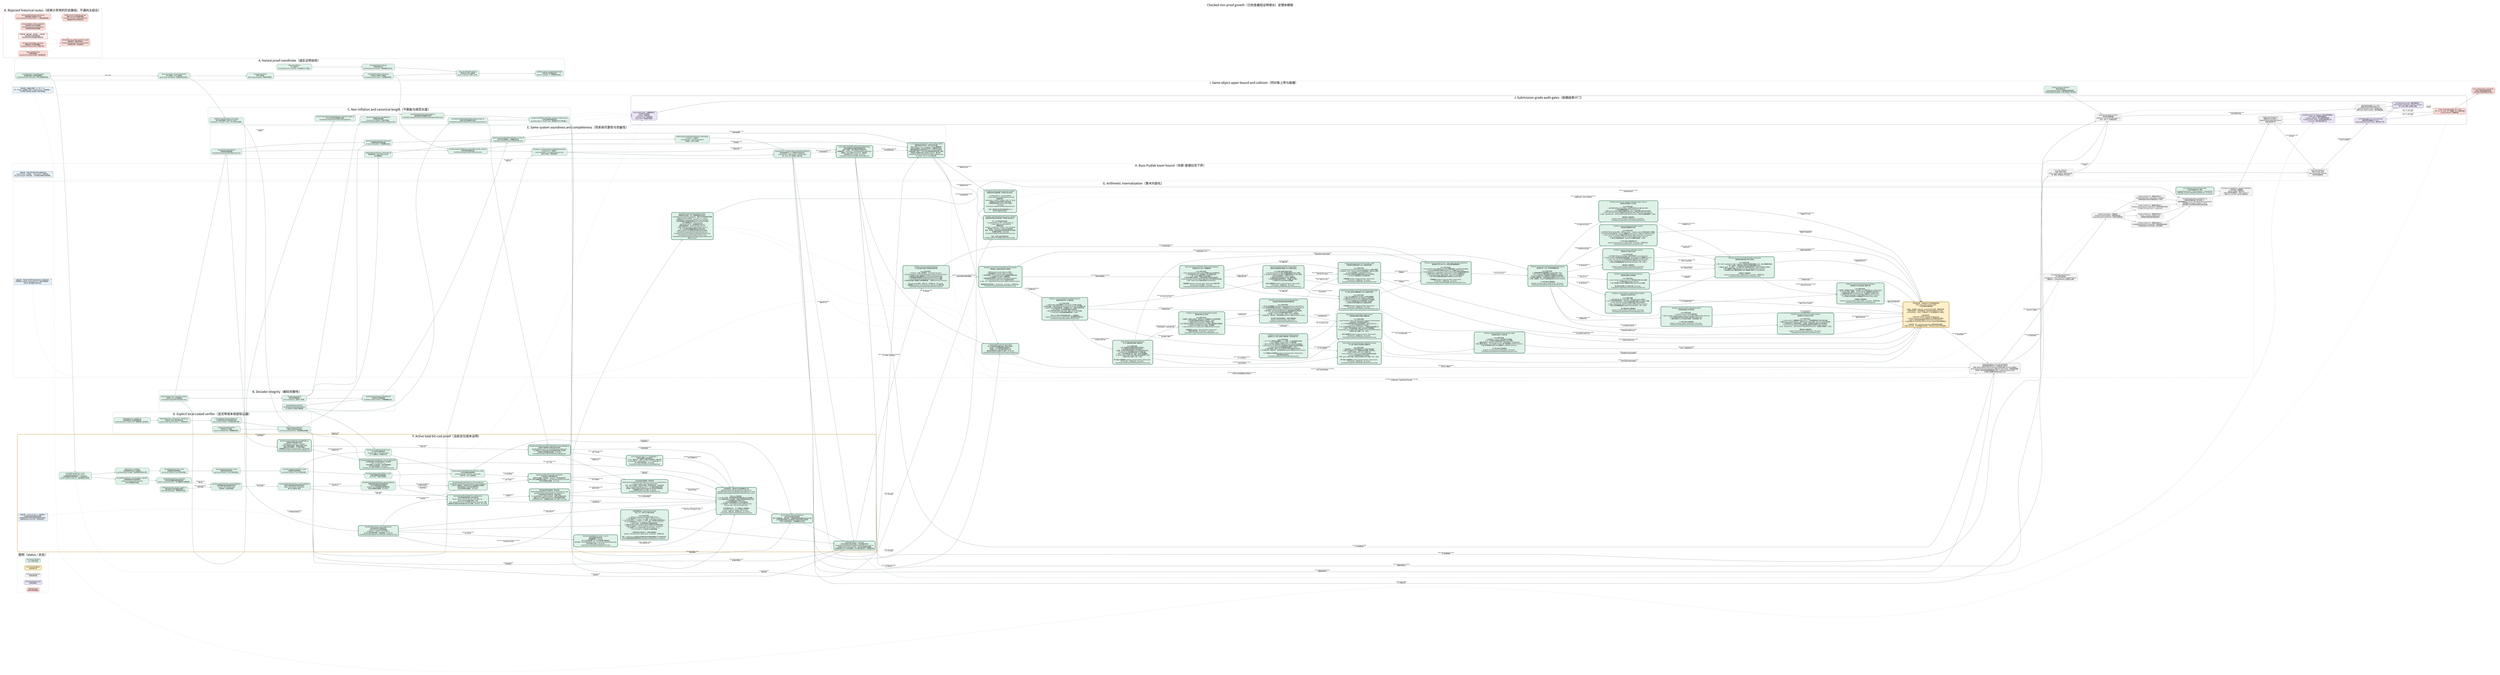
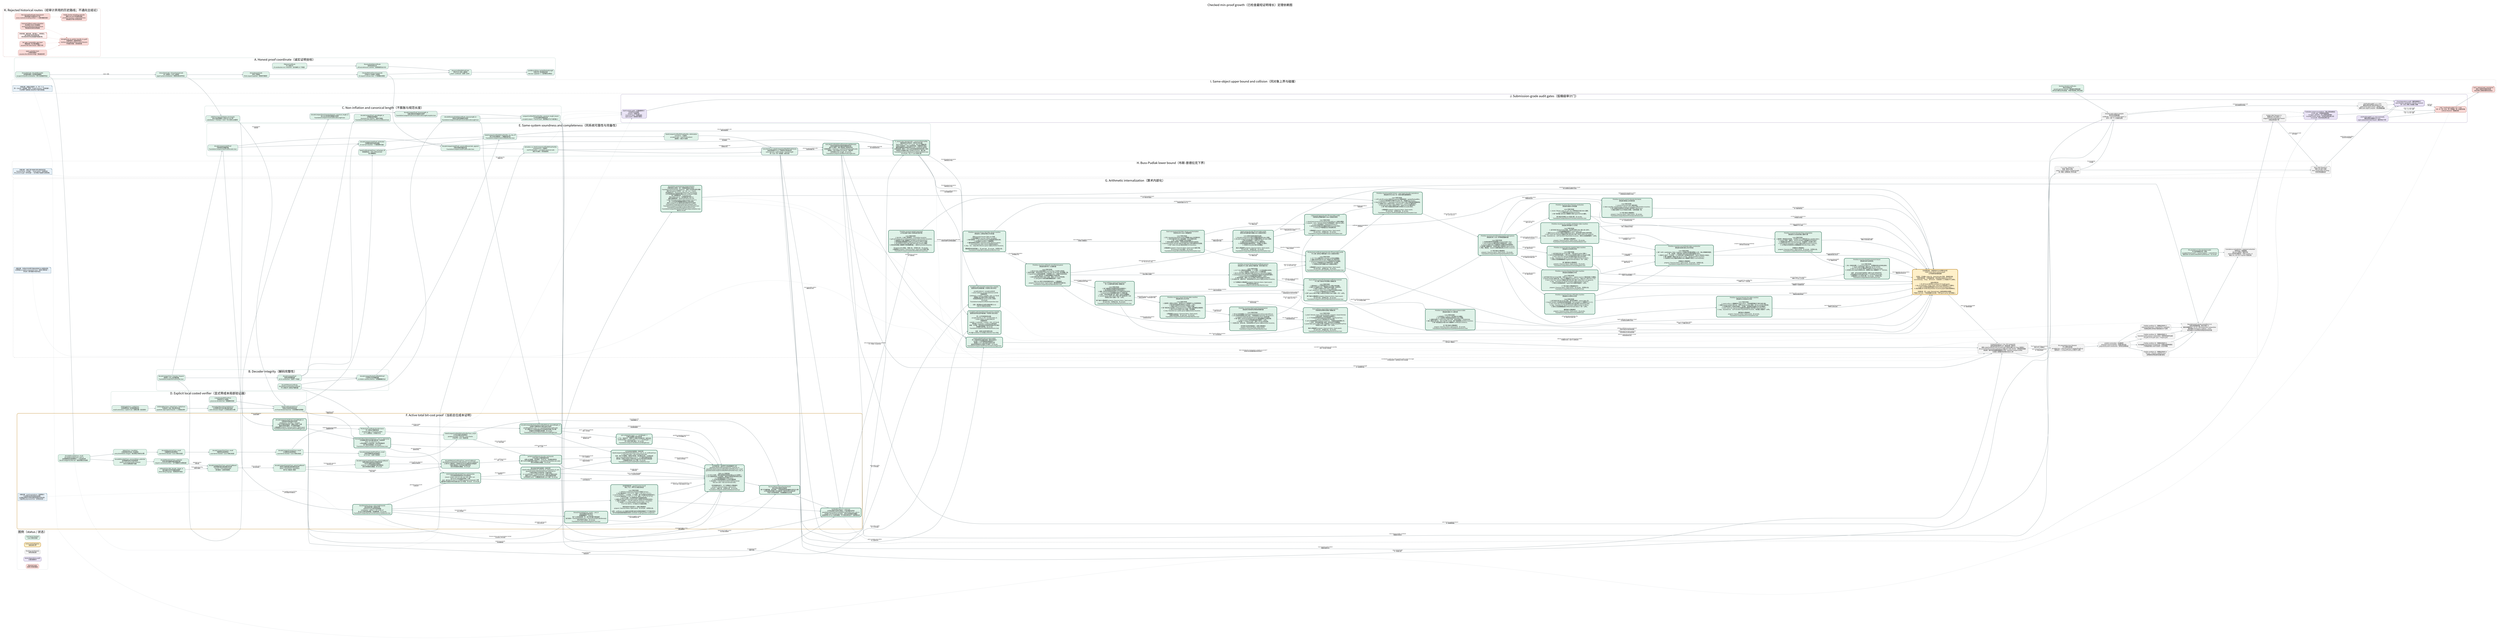
digraph CheckedMinProofDependencies {
  graph [
    rankdir=LR,
    bgcolor="white",
    compound=true,
    newrank=true,
    pad="0.35",
    nodesep="0.30",
    ranksep="0.62",
    fontname="Noto Sans CJK SC",
    fontsize=24,
    label="Checked min-proof growth（已检查最短证明增长）定理依赖图",
    labelloc="t",
    labeljust="c"
  ];
  node [
    shape=box,
    style="rounded,filled",
    fontname="Noto Sans CJK SC",
    fontsize=10.5,
    color="#526d75",
    fillcolor="#eef3f4",
    margin="0.14,0.09",
    penwidth=1.2
  ];
  edge [
    fontname="Noto Sans CJK SC",
    fontsize=8.5,
    color="#65777d",
    arrowsize=0.68,
    penwidth=1.05
  ];

  subgraph cluster_legend {
    label="图例（status / 状态）";
    color="#c8d1d4";
    style="rounded";
    done [label="Lean kernel checked\nLean 内核已检查", fillcolor="#dff2e8", color="#3f7c66"];
    active [label="Active proof obligation\n当前证明义务", fillcolor="#fff0c9", color="#b37a12", penwidth=2.2];
    pending [label="Pending root theorem\n待闭合根定理", fillcolor="#f3f3f3", color="#777777", style="rounded,filled,dashed"];
    audit [label="Axiom/dependency audit\n公理/依赖审计", fillcolor="#e9e3f5", color="#76639a"];
    rejected [label="Rejected route\n经审计弃用的路线", fillcolor="#f8d9d6", color="#a8443d", style="rounded,filled,dashed"];
  }

  subgraph cluster_coordinate {
    label="A. Honest proof coordinate（诚实证明坐标）";
    color="#8fb7aa";
    style="rounded";

    natcode [label="binaryNatCode / decodeBinaryNat\n自然数前缀码 / 自然数前缀解码\nescaped-bit prefix serialization（转义位前缀序列化）", fillcolor="#dff2e8"];
    syntaxcode [label="binaryTermCode + binaryFormulaCode\n项二进制码 + 公式二进制码\ntyped syntax serialization（类型化语法序列化）", fillcolor="#dff2e8"];
    sequentcode [label="binarySequentCode\n序列二进制码\nfinite sequent payload（有限序列载荷）", fillcolor="#dff2e8"];
    prooftree [label="CheckedPAProofTree.binaryCode\n已检查 PA 证明树二进制码\n10 sequent-calculus rules（十条相继式规则）", fillcolor="#dff2e8"];
    axiomcert [label="PAAxiomCertificate\nPA 公理证书\n23 constructors incl. induction（含归纳的 23 个构造）", fillcolor="#dff2e8"];
    structcert [label="StructuralValidityCertificate\n结构有效性证书\nall local witnesses counted（全部局部见证计长）", fillcolor="#dff2e8"];
    certifiedcode [label="binaryCertifiedPAProofCode\n带证书 PA 证明二进制码\nproof + certificate（证明 + 证书）", fillcolor="#dff2e8"];
    packedcode [label="packBinaryString / packedPayloadLength\n位串打包 / 有效载荷长度\nNat.size = payload + 1（自然数位长等式）", fillcolor="#dff2e8"];

    natcode -> syntaxcode [label="labels / 标签"];
    syntaxcode -> sequentcode;
    sequentcode -> prooftree;
    axiomcert -> structcert;
    prooftree -> certifiedcode;
    structcert -> certifiedcode;
    certifiedcode -> packedcode;
  }

  subgraph cluster_decoder {
    label="B. Decoder integrity（解码完整性）";
    color="#8fb7aa";
    style="rounded";

    typeddecoder [label="decodeCompactTerm / Formula / Sequent\n紧凑项 / 公式 / 序列解码器\nFoundationCompactPAProofVerifier.lean", fillcolor="#dff2e8"];
    proofdecoder [label="decodeCompactProof\n紧凑证明树解码器\nall 10 constructors（全部十个构造）", fillcolor="#dff2e8"];
    certdecoder [label="decodePAAxiomCertificate\ndecodeStructuralValidityCertificate\nPA 公理证书 / 结构证书解码器", fillcolor="#dff2e8"];
    packeddecoder [label="decodeCompactPackedCertifiedPAProof\n打包带证书证明解码器\nno hidden auxiliary witness（无隐藏辅助见证）", fillcolor="#dff2e8"];

    typeddecoder -> proofdecoder;
    certdecoder -> packeddecoder;
    proofdecoder -> packeddecoder;
  }

  subgraph cluster_size {
    label="C. Non-inflation and canonical length（不膨胀与规范长度）";
    color="#8fb7aa";
    style="rounded";

    structural [label="decodeCompactProof_parseWeight_le\n证明解码结构量界\nstructural non-inflation（结构不膨胀）\nFoundationCompactProofDecoderStructuralBound.lean", fillcolor="#dff2e8"];
    syntaxcanonical [label="decodeCompactTerm/Formula/Sequent_canonical_length_le\n项/公式/序列规范重编码长度界\nFoundationCompactCanonicalDecodeLength.lean", fillcolor="#dff2e8"];
    proofcanonical [label="decodeCompactProof_binaryLength_le\n完整证明树规范重编码长度界\nFoundationCompactProofCanonicalDecodeLengthComplete.lean", fillcolor="#dff2e8"];
    certcanonical [label="decodeStructuralValidityCertificate_binaryLength_le\n结构证书规范重编码长度界\nFoundationCompactCertificateCanonicalDecodeLength.lean", fillcolor="#dff2e8"];
    totalcanonical [label="compactCertifiedPAProofVerifier_canonical_length_bound\n公开验证器规范载荷总界\naccepted output <= honest input（接受输出不长于诚实输入）", fillcolor="#dff2e8"];
    transformsize [label="shift/free/neg/substitution size bounds\n移位/自由变量嵌入/否定/代入大小界\nsubstitution <= formula × term（代入至多公式乘项）", fillcolor="#dff2e8"];

    typeddecoder -> syntaxcanonical;
    proofdecoder -> structural;
    syntaxcanonical -> proofcanonical;
    certdecoder -> certcanonical;
    proofcanonical -> totalcanonical;
    certcanonical -> totalcanonical;
    syntaxcode -> transformsize;
  }

  subgraph cluster_explicit_local {
    label="D. Explicit local costed verifier（显式带成本局部验证器）";
    color="#8fb7aa";
    style="rounded";

    biteq [label="bitStringEqTrace / natEqTrace\n位串相等轨迹 / 自然数相等轨迹\nresult correctness + explicit cost（结果正确 + 显式成本）", fillcolor="#dff2e8"];
    bitset [label="bitStringMemTrace / SubsetTrace / SetEqTrace\n位串成员 / 包含 / 集合等价轨迹\nquadratic-style explicit bounds（二次型显式界）", fillcolor="#dff2e8"];
    formulalist [label="formulaEq/Mem/Subset/SetEqTrace\n公式相等/成员/包含/集合等价轨迹\ncode emission charged（公式码生成已计费）", fillcolor="#dff2e8"];
    listedtree [label="ListedCheckedPAProofTree\n列表序列 PA 证明树\npreserves decoded lists（保留解码列表）", fillcolor="#dff2e8"];
    listedcert [label="listedCertificateValidTrace\n列表证书有效性成本轨迹\nno Finset decide black box（无有限集判定黑箱）", fillcolor="#dff2e8"];

    biteq -> bitset;
    bitset -> formulalist;
    listedtree -> listedcert;
    formulalist -> listedcert;
    transformsize -> listedcert [label="local transforms\n局部变换"];
  }

  subgraph cluster_same_system {
    label="E. Same-system soundness and completeness（同系统可靠性与完备性）";
    color="#8fb7aa";
    style="rounded";

    listdecoder [label="decodeCompactListedProof\n列表保持证明解码器\nFoundationCompactListedProofDecoder.lean", fillcolor="#dff2e8"];
    projection [label="decodeCompactListedProof_toChecked\n列表解码投影到原检查器\n10-rule fuel induction（十规则燃料归纳）", fillcolor="#dff2e8"];
    localiff [label="listedCertificateValidTrace_toChecked_iff\n新局部轨迹 <-> 原 certificateValid\n语义精确等价", fillcolor="#dff2e8"];
    publiciff [label="listedCompactCertifiedPAProofVerifier_eq_true_iff\n新公开验证器接受 <-> 精确检查关系\nFoundationCompactListedCertifiedVerifier.lean", fillcolor="#dff2e8"];
    soundness [label="listedCompactCertifiedPAProofVerifier_toDerivation\nsoundness（可靠性）\naccepted code -> real PA Derivation2\n接受码 -> 真实 PA 推导", fillcolor="#dff2e8"];
    listencoder [label="decodeCompactListedProof_canonicalBinaryCode_append\n列表证明规范编码往返\nFoundationCompactListedProofEncoder.lean", fillcolor="#dff2e8"];
    completeness [label="derivation_to_listedCompactCertifiedPAProofVerifier\ncompleteness（完备性）\nreal PA derivation -> accepted canonical code\n真实 PA 推导 -> 规范接受码", fillcolor="#dff2e8"];
    predicate [label="Concrete P(x,y) / ListedCompactCertifiedPAProofChecks\n具体证明谓词 P(x,y) / 列表带证书检查关系\nsame formula + same checker + honest length\n同一公式 + 同一检查器 + 诚实长度", fillcolor="#dff2e8", penwidth=2.0];
    minmeasure [
      label="minListedCertifiedPAProofPayloadLength(formula)\n具体检查器诱导的最短完整载荷长度\n真实 PA 推导 -> 最小值由某个接受码实现\n任意接受码 -> minimum <= packedPayloadLength(code)\n接受码 -> 同公式真实 Derivation2（推导树）\n无项目级 proof_length；无 sorryAx\nFoundationCompactListedMinProofLength.lean",
      fillcolor="#dff2e8", color="#2f6f57", penwidth=2.8
    ];
    canonicalnormalize [
      label="P_canon(code, formulaCode) + canonical Bool verifier\n纯数值规范证明关系 + 规范布尔验证器\nBool verifier = true <-> P_canon，由 Lean 精确证明\n任意公开接受码 -> 同公式码规范码，完整载荷不增长\n最短完整载荷必由真实规范 proof + certificate 码实现\n全体码有限一致性 <-> 同 cutoff 的纯数值规范码有限一致性\n非规范/冗余编码不能人为压低 minimum（最小值）\nFoundationCompactListedCanonicalNormalization.lean\n无 sorryAx；仅三个 Lean 标准公理",
      fillcolor="#dff2e8", color="#2f6f57", penwidth=2.8
    ];

    typeddecoder -> listdecoder;
    listdecoder -> projection;
    proofdecoder -> projection;
    listedcert -> localiff;
    projection -> publiciff;
    localiff -> publiciff;
    packeddecoder -> publiciff;
    publiciff -> soundness;
    prooftree -> listencoder;
    listdecoder -> listencoder;
    listencoder -> completeness;
    listedcert -> completeness;
    soundness -> predicate;
    completeness -> predicate;
    predicate -> minmeasure [label="minimum over accepted codes\n对接受码取最小值"];
    completeness -> minmeasure [label="nonempty accepted set\n接受集合非空"];
    publiciff -> canonicalnormalize [label="decode every accepted code\n解码任意接受码"];
    listencoder -> canonicalnormalize [label="canonical re-encoding\n规范重编码"];
    totalcanonical -> canonicalnormalize [label="no payload growth\n载荷不增长"];
    minmeasure -> canonicalnormalize [label="minimum realized canonically\n最小值由规范码实现"];
  }

  subgraph cluster_cost_active {
    label="F. Active total bit-cost proof（当前总位成本证明）";
    color="#c18a27";
    style="rounded,bold";

    nattrace [label="decodeBinaryNatTrace_result\ndecodeBinaryNatTrace_cost_le\n自然数解码轨迹结果等价 + 二次位成本界\nNat.bit charged by Nat.size（按自然数位长收费）", fillcolor="#dff2e8", color="#3f7c66"];
    tracebind [label="OptionTrace + traceBind\n可选结果成本轨迹 + 轨迹绑定\nevery bind/failure charged（每次绑定/失败均计费）", fillcolor="#dff2e8", color="#3f7c66"];
    vectortrace [label="decodeManyVectorTrace_result\n向量解码轨迹结果等价\nLean kernel checked（Lean 内核已检查）", fillcolor="#dff2e8", color="#3f7c66"];
    termtrace [label="decodeCompactTermTrace_result\n项解码轨迹结果等价\nLean kernel checked（Lean 内核已检查）", fillcolor="#dff2e8", color="#3f7c66"];
    formulatrace [label="decodeCompactFormulaTrace_result\n公式解码轨迹结果等价\nLean kernel checked（Lean 内核已检查）", fillcolor="#dff2e8", color="#3f7c66"];
    prooftrace [label="decodeCompactListedProofTrace_result\n列表证明解码轨迹结果等价\nall 10 rules（全部十条规则）", fillcolor="#dff2e8", color="#3f7c66"];
    certtrace [label="PA/structural certificate decoder traces\nPA / 结构证书解码轨迹\n23 axiom tags + 4 recursive nodes\n23 个公理标签 + 4 种递归节点", fillcolor="#dff2e8", color="#3f7c66"];
    publictrace [label="listedCompactCertifiedPAProofVerifierTrace_result\n公开验证器轨迹结果等价\npacked envelope + formula + local checks\n打包外壳 + 公式 + 局部检查", fillcolor="#dff2e8", color="#3f7c66"];
    natpotential [label="decodeBinaryNatTrace_success/failure_potential\n自然数解码成功/失败势能界\nquartic consumed-prefix invariant\n四次已消费前缀不变量", fillcolor="#dff2e8", color="#3f7c66"];
    vectorpotential [label="decodeManyVectorTrace_potential\n任意长度向量解码摊还势能定理\ndisjoint consumed prefixes（互不重叠的已消费前缀）", fillcolor="#dff2e8", color="#3f7c66"];
    symbolcharge [label="arithmeticFunc/Rel_decode_charge_le\n算术函数/关系符号解码收费界\nfinite ORing language（有限有序环语言）", fillcolor="#dff2e8", color="#3f7c66"];
    termpotential [label="decodeCompactTermTrace_parserCostBound\n紧凑项解码器全路径摊还成本界\nsuccess + every failure path\n成功路径 + 全部失败路径", fillcolor="#dff2e8", color="#3f7c66"];
    formulapotential [label="decodeCompactFormulaTrace_parserCostBound\n紧凑公式解码器全路径摊还成本界\natoms / connectives / quantifiers\n原子式 / 联结词 / 量词", fillcolor="#dff2e8", color="#3f7c66"];
    proofpotential [
      label="decodeCompactListedProofTrace_parserCostBound\n列表证明树全路径四次势能成本界\n十条 PA 相继式规则全部通过\nand/cut 二叉子证明势能已望远镜相消\n成功/失败路径全覆盖；无 sorryAx",
      fillcolor="#dff2e8", color="#3f7c66"
    ];
    certpotential [
      label="decodePAAxiomCertificateTrace_parserCostBound\ndecodeStructuralValidityCertificateTrace_parserCostBound\n23 种 PA 公理标签 + 4 种递归证书节点全路径四次势能界\n归纳公理体和二元证书树已摊还闭合\n成功/失败路径全覆盖；无 sorryAx",
      fillcolor="#dff2e8", color="#3f7c66", penwidth=2.2
    ];
    packedcost [
      label="packed proof/formula decoder cost bounds\n打包证明/公式解码器成本界\n证明+证书串联、末位哨兵、dropLast、空后缀全部闭合\n两个公开打包解码器均不超过 2 × decoderPotential(Nat.size code)\n成功/失败路径全覆盖；无 sorryAx",
      fillcolor="#dff2e8", color="#2f6f57", penwidth=2.8
    ];
    transformcode [
      label="transformation binary-code length bounds\n语法变换完整二进制码长界\nshift/free/neg 均至多线性膨胀\nsubstitution：|phi[t]| <= 3(F+1)(W+1)F\n含 qpow 量词深度预算；无隐藏参数；无 sorryAx\nFoundationCompactSyntaxTransformationCodeBounds.lean",
      fillcolor="#dff2e8", color="#2f6f57", penwidth=2.8
    ];
    negtrace [
      label="binaryFormulaNegTrace_result / _cost_le\n否定变换真实递归轨迹\n结果精确等于 ∼formula\n每个公式构造收费一步；原子项向量不重复遍历\n执行成本 <= formulaSymbolCount <= |binaryFormulaCode(formula)|\n单文件探针已通过；无 sorryAx\nFoundationCompactSyntaxNegationTrace.lean",
      fillcolor="#dff2e8", color="#2f6f57", penwidth=2.8
    ];
    axmjoint [
      label="axm comparator input <= 2 * jointWeight + 1\n公理比较器输入联合坐标界\n上下文、候选句子、完整 PA 公理证书均落在同一诚实位权\ncertificateBits + sentenceBits + 1 <= 2 * jointWeight + 1\n四个坐标引理已通过；无 sorryAx\nFoundationCompactListedAxiomJointWeight.lean",
      fillcolor="#dff2e8", color="#2f6f57", penwidth=2.8
    ];
    honestproof [
      label="decodeCompactListedProof_honestWeight_le\n列表保持证明树诚实位权界\nweight(tree) + 8|suffix| <= 8|input|\n十条 PA 规则全部闭合；重复公式逐个计费\n覆盖任意成功解码，不只是规范编码\n公理画像仅 propext / Classical.choice / Quot.sound\nFoundationCompactListedProofHonestWeight.lean",
      fillcolor="#dff2e8", color="#2f6f57", penwidth=2.8
    ];
    honestcert [
      label="decodeCompactPackedListedCertifiedPAProof_honestWeight_le\n证明树+完整结构证书联合诚实位权界\njointWeight(tree,cert) <= 8 * packedPayloadLength(code)\nPA 公理证书 23 标签及递归证书全部由实际输入位计费\n无辅助见证和隐藏长度参数；无 sorryAx\nFoundationCompactListedCertifiedHonestWeight.lean",
      fillcolor="#dff2e8", color="#2f6f57", penwidth=2.8
    ];
    localprimitives [
      label="formulaEq/Mem/Subset/SetEqTrace_cost_le_polynomial\n公式相等/成员/包含/集合等价统一位成本界\nP(w) = 4 + 2(w+3)^2 + w\nw 是全部输入公式码位权，包含列表重复项\n四个端点全部通过；无 sorryAx\nFoundationCompactListedLocalCostPrimitives.lean",
      fillcolor="#dff2e8", color="#2f6f57", penwidth=2.8
    ];
    localbranches9 [
      label="10/10 listedCertificateValidTrace cost branches\n十条证明规则局部成本分支全部闭合\nclosed / verum / and / or / all / exs / wk / shift / cut：\n由 P(G(w)) 及生成语法界统一计费\naxm：由 A(w)=K*(2w+1)^12 的真实 guarded comparator 计费\n最终每节点固定多项式包络已由 Lean 检查；无 haxm、无 sorryAx",
      fillcolor="#dff2e8", color="#2f6f57", penwidth=2.8
    ];
    localinduction [
      label="联合坐标内部归纳骨架 + 具体实例\nlistedCertificateValidTrace_jointCost_le_polynomial_of_axm\nguardedListedCertificateValidTrace_jointCost_le\n十规则证明树/证书同步统一归纳已通过\nb = proofWeight + certificateWeight（证明+证书联合位权）\n抽象 haxm 已由真实 guarded axm 成本定理具体消除\n公开实例无 haxm；公理画像仅标准 Lean 公理；无 sorryAx",
      fillcolor="#dff2e8", color="#2f6f57", penwidth=2.8
    ];
    publicskeleton [
      label="公开总成本内部骨架 + 具体实例\nlistedCompactCertifiedPAProofVerifierTrace_cost_le_of_certificateTrace\ns = Nat.size(code) + Nat.size(formulaCode)\n合并：两个打包解码、局部证书检查、结论集合比较、公式码比较\nQ(s)=4*decoderPotential(s)+L(s)+1，L(s) 是显式固定多项式\n原先唯一内部证书成本义务现已由 guarded 联合成本定理消除\n公理画像仅标准 Lean 公理；无 sorryAx\nFoundationCompactListedPublicCostSkeleton.lean",
      fillcolor="#dff2e8", color="#2f6f57", penwidth=2.8
    ];
    publiccost [
      label="【主终端完成：具体带守卫检查器最终汇合】\nguardedListedCertificateValidTrace_jointCost_le\nguardedListedCompactCertifiedPAProofVerifierTrace_result\nguardedListedCompactCertifiedPAProofVerifierTrace_cost_le\n\n已由 Lean 内核检查：\n1. axm 的 23 标签、接受/拒绝路径和候选长度 guard 全部统一；\n2. axm 局部成本进入与证明树、结构证书相同的诚实联合位权；\n3. 十规则整树成本不再带 haxm；\n4. 公开轨迹结果精确等于公开验证器结果；\n5. 总位成本 <= listedPublicVerifierCostPolynomial(\n   Nat.size code + Nat.size formulaCode)。\n\n定向构建退出码 0；五个关键端点公理画像仅\npropext / Classical.choice / Quot.sound。\n无 haxm、无输入包、无项目公设、无 sorryAx。\nFoundationCompactListedGuardedAxiomCost.lean",
      fillcolor="#dff2e8", color="#2f6f57", penwidth=2.8
    ];
    amortized [label="Success/failure total potential bound\n成功/失败全路径总势能界\n两个打包解码器、语法变换、十规则局部检查和最终比较均已计费\n公开轨迹的所有输入对均满足同一固定多项式位成本界\n不是只分析接受路径；无隐藏辅助见证长度", fillcolor="#dff2e8", color="#2f6f57", style="rounded,filled", penwidth=2.8];
    costnote [shape=note, label="关键注释：result equivalence（结果等价）\n只证明轨迹没有改掉验证结果；\n必须再证明成功/失败全路径的固定多项式界，\n才能声称 polynomial time（多项式时间）。", fillcolor="#e8f1f8", color="#4e7892"];
    transformtrace [label="【共享终端完成：guarded axiom trace】\n移位 / 代入 / 带守卫公理比较轨迹\n\nLean 内核已检查：\n1. shift/free/substitution/list/fixitr 的真实 QTrace；\n2. fixitr 输出码长 <= 4*(L+1)^2；成本 <= 128*(m+L+1)^2*L；\n3. succInd 四次代入、三次否定、三个析取、两个全称量词全部真实执行；\n4. succInd 输出码长 <= 10^7*(L+1)^4；成本 <= 10^11*(L+1)^12；\n5. guard 完备：合法相等候选不会被提前拒绝；\n6. 接受分支 fixitr/allClosure/formulaEq 与拒绝分支总成本均闭合；\n7. 全部 23 标签统一：true iff certificate.sentence = candidate；\n8. 总成本 <= K*(certificateBits+sentenceBits+1)^12，\n   K=10^30+(3B+4)，B 为显式 26 句固定预算。\n\n两条验收命令退出码 0；关键公理画像仅\npropext / Classical.choice / Quot.sound；无 sorryAx、无项目公设。\n\n边界：certificate-only 直接生成完整归纳句在稀疏变量编号下不可能多项式；\n本节点完成的是保持接受关系的 candidate-length guarded comparator。", fillcolor="#dff2e8", color="#2f6f57", style="rounded,filled", penwidth=2.8];
    polytime [label="VerifierBitCost(x,y) <= p(|x|+|y|)\n公开验证器总位成本不超过一个显式固定多项式\nguardedListedCompactCertifiedPAProofVerifierTrace_cost_le\n对全部 code/formulaCode 成立，成功与失败路径均覆盖\n这里是项目 QTrace 位成本模型；PA 内短证明仍由下一簇单独完成", fillcolor="#dff2e8", color="#2f6f57", style="rounded,filled", penwidth=2.8];

    natcode -> nattrace;
    nattrace -> tracebind;
    tracebind -> vectortrace;
    vectortrace -> termtrace;
    termtrace -> formulatrace;
    formulatrace -> prooftrace;
    certdecoder -> certtrace;
    formulatrace -> certtrace;
    prooftrace -> publictrace;
    certtrace -> publictrace;
    publictrace -> amortized [label="exact behavior first\n先固定精确行为"];
    nattrace -> natpotential;
    natpotential -> vectorpotential;
    vectorpotential -> termpotential [label="argument vectors\n参数向量"];
    symbolcharge -> termpotential [label="finite symbol decoding\n有限符号解码"];
    termpotential -> formulapotential [label="terms inside atoms\n原子式中的项"];
    formulapotential -> proofpotential [label="formulas inside sequents\n序列中的公式"];
    proofpotential -> certpotential [label="proof/certificate alignment\n证明树/证书树对齐"];
    formulapotential -> certpotential [label="induction body\n归纳公理体"];
    certpotential -> packedcost [label="proof + certificate stream\n证明 + 证书串"];
    publictrace -> packedcost [label="same executable result\n同一可执行结果"];
    packedcost -> publiccost [label="decoded objects\n已解码对象"];
    transformsize -> transformcode [label="from symbol count to full bits\n从符号数提升到完整位长"];
    transformcode -> negtrace [label="input bit-length control\n输入位长控制"];
    negtrace -> publiccost [label="closed/cut negation charge\n闭合/切规则否定计费"];
    transformcode -> publiccost [label="generated-code bounds\n生成公式码长界"];
    listdecoder -> honestproof [label="all successful parses\n全部成功解码"];
    honestproof -> honestcert [label="proof-tree charge\n证明树计费"];
    certcanonical -> honestcert [label="full certificate bits\n完整证书位"];
    honestcert -> publiccost [label="joint decoded-data bound\n联合解码数据界"];
    honestcert -> axmjoint [label="proof + certificate coordinate\n证明 + 证书坐标"];
    axmjoint -> publiccost [label="guarded comparator input bound\n带守卫比较器输入界"];
    listedcert -> localprimitives [label="exact trace costs\n精确轨迹成本"];
    honestproof -> localprimitives [label="duplicate-preserving weights\n保留重复项位权"];
    localprimitives -> publiccost [label="uniform quadratic bound\n统一二次界"];
    localprimitives -> localbranches9 [label="per-rule instantiation\n逐规则实例化"];
    transformcode -> localbranches9 [label="generated syntax bounds\n生成语法界"];
    localbranches9 -> publiccost [label="nine checked branches\n九条已检查分支"];
    localbranches9 -> localinduction [label="structural aggregation\n结构汇总"];
    localinduction -> publiccost [label="haxm concretely discharged\nhaxm 已由具体定理消除"];
    localinduction -> publicskeleton [label="local certificate polynomial\n局部证书多项式"];
    packedcost -> publicskeleton [label="two packed decoder bounds\n两个打包解码界"];
    honestcert -> publicskeleton [label="decoded joint weight\n解码联合位权"];
    publicskeleton -> publiccost [label="concrete discharge checked\n具体消义务已检查"];
    listedcert -> publiccost [label="explicit local checks\n显式局部检查"];
    publiccost -> amortized;
    totalcanonical -> amortized [label="consumed-length control\n消费长度控制"];
    costnote -> amortized [style=dotted, arrowhead=none, constraint=false];
    transformcode -> transformtrace;
    transformtrace -> publiccost [label="guarded axm + shift/free/substitution costs\n带守卫公理 + 移位/自由化/代入成本"];
    amortized -> polytime;
    transformtrace -> polytime;
    totalcanonical -> polytime [label="input/output length control\n输入输出长度控制"];
    listedcert -> polytime [label="local cost bounds\n局部成本界"];
    predicate -> polytime [label="exact executable relation\n精确可执行关系"];
  }

  subgraph cluster_internalization {
    label="G. Arithmetic internalization（算术内部化）";
    color="#9a9a9a";
    style="rounded,dashed";

    listedconmeta [label="ListedCertifiedFiniteConsistencyAt(k)\n同一列表保持验证器的有限一致性元层语义\n无长度 <= k 的完整载荷码被接受为 ⊥\n普通及 2^(A*n) 放大版本无条件为真\n接受反向恢复同公式真实 PA 推导；无 sorryAx\nFoundationCompactListedFiniteConsistencyTarget.lean", fillcolor="#dff2e8", color="#2f6f57", penwidth=2.8];
    arithinput [label="Primitive-recursive packed input layer\n公开验证器打包输入的原始递归算术层\n\nLean 内核已检查：\n1. Nat.bits（小端二进制展开）为 primitive recursive；\n2. getLast?/dropLast 与 sentinel payload peel 均为 primitive recursive；\n3. 剥离成功 iff 输入精确等于 packBinaryString(payload)；\n4. 新剥离器结果精确等于现有 packedPayloadTrace 结果；\n5. decodeBinaryNat 已由 right-fold state machine 重建；\n6. 新状态机逐输入精确等于原前缀解码器，二者均为 primitive recursive。\n\n无 typed syntax 假设、无输入包、无项目公设、无 sorryAx；\n公理画像仅 propext / Classical.choice / Quot.sound 或其子集。\nFoundationCompactListedVerifierArithmeticInput.lean", fillcolor="#dff2e8", color="#2f6f57", penwidth=2.8];
    tokenstream [label="Primitive-recursive binary-Nat token stream machine\n原始递归二进制自然数记号流机器\n\n具体 bounded iterator 已由 Lean 检查：\n1. 状态明确区分 running / failed / accepted；\n2. 每步调用同一个 decodeBinaryNat 并保留真实剩余位串；\n3. 总步数由 inputBits+1 明确限制；\n4. 最终结果逐位串等于 repeated-prefix reference parser；\n5. binaryNatCode token stream 的规范往返成立；\n6. step、run、output 和 reference parser 全部 primitive recursive。\n\n覆盖畸形和非规范输入；无 rawCode、无 sorryAx、无项目公设。\nFoundationCompactBinaryNatStreamMachine.lean", fillcolor="#dff2e8", color="#2f6f57", penwidth=2.8];
    bitsync [label="Exact noncanonical bit/token stream synchronization\n非规范位流与 token 流精确同步\n\nLean 内核已检查：\n1. 定义 repeated decodeBinaryNat 的精确 token/位后缀关系；\n2. 关系可按任意 token 前后缀唯一切分并重新合成；\n3. 同一 token 前缀留下的位后缀唯一；\n4. 规范位编码只是特例，不把非规范高位零误判为规范码；\n5. bounded stream decoder 成功 iff 全部 token 恰好消费至空位后缀；\n6. 每个 token-list split 都对应真实 bit boundary。\n\n公理画像仅 propext / Classical.choice / Quot.sound 或其子集；\n无 canonical-input 假设、无 sorryAx。\nFoundationCompactBinaryNatStreamSynchronization.lean", fillcolor="#dff2e8", color="#2f6f57", penwidth=2.8];
    syntaxparser [label="Primitive-recursive arithmetic term/formula parser\n原始递归算术项 / 公式解析器\n\nLean 内核已检查：\n1. 纯 Nat token 状态机覆盖 bvar/fvar/func 与全部公式构造；\n2. 有序环函数、关系符号码与 typed decoder 的 decode₂ 条件精确一致；\n3. repeat frame 逐项处理参数，不按稀疏 arity 一次展开巨型任务表；\n4. 每个真实项 / 公式都有精确执行步数定理；\n5. 执行步数不超过真实 token 长度，固定二次 fuel 必然足够；\n6. 公开 parser 对规范编码精确返回同一 suffix。\n\n定向 Lean 探针与目标构建退出码 0；公理画像仅\npropext / Classical.choice / Quot.sound；静态禁用项扫描为空。\nFoundationCompactSyntaxTokenMachine.lean", fillcolor="#dff2e8", color="#2f6f57", penwidth=2.8];
    syntaxinversion [label="Exact arbitrary-input syntax inversion\n项 / 公式解析器任意输入精确反演\n\nLean 内核已检查：\n1. 每个纯数值任务栈都有类型化前缀语义；\n2. 每次数值状态转换反向保持该语义；\n3. 函数 / 关系符号有效码恢复同 arity 的真实有序环符号；\n4. repeat frame 恢复精确长度的 Fin 参数向量；\n5. 成功、失败及畸形输入统一由同一后向不变量覆盖；\n6. numeric parser 返回 suffix iff 输入等于某真实项 / 公式\n   的规范 token 前缀 ++ 同一 suffix。\n\n两个端点公理画像仅 propext / Classical.choice / Quot.sound；\n无 rawCode、无项目公设、无 sorryAx。\nFoundationCompactSyntaxTokenMachineInversion.lean", fillcolor="#dff2e8", color="#2f6f57", penwidth=2.8];
    syntaxbitsync [label="Typed syntax decoder iff exact token prefix\n类型化语法解码器与精确 token 前缀双向等价\n\nLean 内核已检查任意成功位串：\n1. decodeCompactTerm 成功 iff 精确消费该项 token 前缀；\n2. decodeCompactFormula 成功 iff 精确消费该公式 token 前缀；\n3. 两方向均保留同一个真实 bit suffix；\n4. 函数/关系符号代码由 decode₂ 精确恢复；\n5. 任意有限参数向量逐项同步，不隐藏 arity 展开；\n6. 非规范 binaryNat 表示完全覆盖。\n\n端点公理画像仅 propext / Classical.choice / Quot.sound；\n无 rawCode、无项目公设、无 sorryAx。\nFoundationCompactSyntaxBitTokenSynchronization.lean", fillcolor="#dff2e8", color="#2f6f57", penwidth=2.8];
    closedformula [label="Primitive-recursive closed-formula token machine\n原始递归闭公式记号机\n\nLean 内核已检查：\n1. 复用同一紧凑公式语法，但所有 term 位置遇到 fvar 标签即拒绝；\n2. 每次成功恢复真实类型化公式及同一 suffix；\n3. 恢复公式的 freeVariables 严格等于空集；\n4. 每个真实闭公式及每个 ArithmeticSentence 的嵌入规范编码必被接受；\n5. 成功 iff 闭公式规范 token 前缀，双向精确；\n6. step / bounded run / public parser 全部 primitive recursive。\n\n公理画像仅 propext / Classical.choice / Quot.sound；\n无额外闭性参数、无 rawCode、无 sorryAx。\nFoundationCompactClosedFormulaTokenMachine.lean", fillcolor="#dff2e8", color="#2f6f57", penwidth=2.8];
    proofparser [label="Primitive-recursive listed-proof structural parser\n原始递归列表保持证明树结构解析器\n\nLean 内核已检查：\n1. 纯 Nat 任务栈覆盖 closed/axm/verum/and/or/all/exs/wk/shift/cut；\n2. axm 标签现调用独立闭公式机，不再把普通 proposition 当 sentence；\n3. sequent cardinality 由 repeat-formula frame 逐项消费；\n4. 每个真实 ListedCheckedPAProofTree 都有精确执行步数定理；\n5. and/cut 左右子证明按编码顺序消费同一 suffix；\n6. 总步数 <= 2*tokenLength，固定二次 fuel 必然足够；\n7. 十标签分派、闭句分支、总状态机和公开 parser 全部 primitive recursive。\n\n定向探针及目标构建通过；关键公理画像仅\npropext / Classical.choice / Quot.sound。\nFoundationCompactProofTokenMachine.lean", fillcolor="#dff2e8", color="#2f6f57", penwidth=2.8];
    proofinversion [label="Exact arbitrary-input listed-proof inversion\n列表保持证明树任意输入精确反演\n\nLean 内核已检查：\n1. proof / formula / term / repeat-formula / sequent / closed-formula\n   六类任务统一具有类型化前缀语义；\n2. 十个节点标签的每条反向分支均恢复同一 typed proof tree；\n3. and/cut 严格恢复左右子树次序；\n4. axm 分支恢复真实 ArithmeticSentence，不接受含自由变量公式；\n5. 成功、失败及畸形输入由同一后向状态不变量覆盖；\n6. proof token parser 成功 iff 输入为某真实 ListedCheckedPAProofTree\n   的规范 token 前缀 ++ 同一 suffix。\n\n端点公理画像仅 propext / Classical.choice / Quot.sound；\n无 rawCode、无项目公设、无 sorryAx。\nFoundationCompactProofTokenMachineInversion.lean", fillcolor="#dff2e8", color="#2f6f57", penwidth=2.8];
    certparser [label="Primitive-recursive PA/structural certificate parsers\n原始递归 PA 公理 / 结构证书解析器（规范完备方向）\n\nLean 内核已检查：\n1. 23 个 PA 公理标签全部覆盖；0..21 固定，3/4 校验函数/关系码；\n2. tag 22 调用同一 binder-arity-1 公式解析器；\n3. 新 PA 证书 token 编码逐证书等于旧 binary code 的 Nat 前缀流；\n4. leaf/axiomCert/unary/binary 四类结构证书由显式任务栈递归解析；\n5. binary 左右子证书按编码顺序消费同一 suffix；\n6. 线性步数界、固定二次 fuel 和两个规范往返端点均已闭合；\n7. PA 标签分派、结构节点、总状态机和公开 parser 全部 primitive recursive。\n\n七个关键端点公理画像仅 propext / Classical.choice / Quot.sound；\n静态禁用项扫描为空。\nFoundationCompactCertificateTokenMachine.lean", fillcolor="#dff2e8", color="#2f6f57", penwidth=2.8];
    certinversion [label="Exact arbitrary-input PA/structural certificate inversion\nPA 公理 / 结构证书任意输入精确反演\n\nLean 内核已检查：\n1. 固定标签 0..21 逐项恢复对应 PA 公理证书构造器；\n2. 标签 3/4 恢复同 arity、同编码的真实函数 / 关系符号；\n3. 标签 22 恢复 binder-arity-1 归纳公式；\n4. leaf / axiomCert / unary / binary 四类节点全部反向恢复；\n5. binary 严格恢复左右子证书顺序；\n6. 两个 parser 成功 iff 输入为真实证书规范 token 前缀 ++ 同一 suffix。\n\n两个端点公理画像仅 propext / Classical.choice / Quot.sound；\n无 rawCode、无项目公设、无 sorryAx。\nFoundationCompactCertificateTokenMachineInversion.lean", fillcolor="#dff2e8", color="#2f6f57", penwidth=2.8];
    proofbitsync [label="Listed proof typed decoder iff exact token prefix\n列表保持证明解码器与 token 前缀双向等价\n\nLean 内核已检查：\n1. closed/axm/verum/and/or/all/exs/wk/shift/cut 十规则全覆盖；\n2. sequent、term、formula 与左右子证明保留同一真实 bit suffix；\n3. axm 分支恢复同一 ArithmeticSentence；\n4. 成功方向与完备方向均覆盖非规范 binaryNat 表示；\n5. and/cut 严格保留左右子树消费次序。\n\n公理画像仅 propext / Classical.choice / Quot.sound；\n无 rawCode、无项目公设、无 sorryAx。\nFoundationCompactProofBitTokenSynchronization.lean", fillcolor="#dff2e8", color="#2f6f57", penwidth=2.8];
    certbitsync [label="PA/structural certificate typed decoder iff exact token prefix\nPA 公理 / 结构证书解码器与 token 前缀双向等价\n\nLean 内核已检查：\n1. 23 个 PA 公理标签及 induction 公式体全部覆盖；\n2. 函数/关系符号由 decode₂ 恢复同 arity 真实符号；\n3. leaf/axiomCert/unary/binary 四类递归证书全覆盖；\n4. binary 严格保留左右证书顺序及同一位后缀；\n5. 任意成功位串与精确 token 前缀双向等价。\n\n公理画像仅 propext / Classical.choice / Quot.sound；\n无 rawCode、无项目公设、无 sorryAx。\nFoundationCompactCertificateBitTokenSynchronization.lean", fillcolor="#dff2e8", color="#2f6f57", penwidth=2.8];
    packedtokensync [label="Primitive-recursive packed stream + exact typed-decoder equivalence\n原始递归打包 token 流 + 类型化解码器精确等价\n\nLean 内核已检查：\n1. 公开 code 的 sentinel 哨兵位与 payload 剥离使用同一 packedPayloadBits；\n2. payload 逐前缀转为完整 Nat token 流，流函数已证 Primrec；\n3. listed proof tokens ++ structural certificate tokens 按公开解码顺序精确拼接；\n4. 证明码 token 流成功 iff 同一 typed proof + certificate 解码成功；\n5. formulaCode token 流成功 iff 同一 typed formula 解码成功；\n6. 两个等价均保留全载荷消费与非规范 binaryNat 表示。\n\n公理画像仅 propext / Classical.choice / Quot.sound；\n无 rawCode、无项目公设、无 sorryAx。\nFoundationCompactListedPackedBitTokenSynchronization.lean", fillcolor="#dff2e8", color="#2f6f57", penwidth=2.8];
    numericvalues [label="Primitive-recursive term/formula/sequent value parsers\n原始递归项 / 公式 / 序列数值值解析器\n\nLean 内核已检查：\n1. 在结构判断同时保留精确 canonical token slice；\n2. term 与 formula 解析返回已消费值及同一 suffix；\n3. sequent 按首 token 的基数逐公式解析并保持原顺序；\n4. 规范输入精确往返；任意成功输入恢复真实 typed syntax；\n5. 单值、重复值、sequent 总解析器全部 primitive recursive。\n\n九个审计端点公理画像仅\npropext / Classical.choice / Quot.sound；无 sorryAx。\nFoundationCompactNumericSyntaxValueParser.lean", fillcolor="#dff2e8", color="#2f6f57", penwidth=2.8];
    numericchecks [label="Primitive-recursive numeric formula-list checks\n原始递归数值公式列表检查\n\nLean 内核已检查：\n1. canonical formula token 编码单射；\n2. token equality / membership / subset / set equality 全部 primitive recursive；\n3. 四个结果在任意规范公式列表上逐点等于 typed trace；\n4. 重复元素按 Finset 外延语义处理，与原检查器一致。\n\n九个审计端点公理画像仅\npropext / Classical.choice / Quot.sound；无 sorryAx。\nFoundationCompactNumericFormulaListChecks.lean", fillcolor="#dff2e8", color="#2f6f57", penwidth=2.8];
    numericconstructors [label="Primitive-recursive direct formula constructors\n原始递归直接公式构造器\n\nLean 内核已检查：\n1. verum / falsum / and / or / all / exs 六种构造全为纯 token 函数；\n2. 六个函数全部 primitive recursive；\n3. 每个规范输入逐 token 精确等于真实 typed formula 编码。\n\n审计端点仅依赖 Lean 标准公理；无 sorryAx。\nFoundationCompactNumericFormulaConstructors.lean", fillcolor="#dff2e8", color="#2f6f57", penwidth=2.8];
    numericnegation [label="Primitive-recursive formula-negation token machine\n原始递归公式否定记号机\n\nLean 内核已检查：\n1. 运行状态只有 Nat 与 Nat 列表，不把 typed syntax 当输入；\n2. term 记号逐项原样复制，八种 formula 标签执行真实 De Morgan 对偶；\n3. term / term-list / formula 的完整任务执行语义均已闭合；\n4. step、bounded run 与公开 transform 全部 primitive recursive；\n5. 规范公式前缀精确返回 negated formula tokens + 同一 suffix。\n\n两个最终端点公理画像仅\npropext / Classical.choice / Quot.sound；无 sorryAx。\nFoundationCompactNumericFormulaNegation.lean", fillcolor="#dff2e8", color="#2f6f57", penwidth=2.8];
    numericshift [label="Primitive-recursive formula-shift token machine\n原始递归公式移位记号机\n\nLean 内核已检查：\n1. 运行状态只有 Nat 与 Nat 列表，逐任务消费同一 parser token 流；\n2. bound variable 与全部结构标签原样保留，free variable [1,i] 精确变为 [1,i+1]；\n3. term / term-list / formula 的完整执行语义逐点等于 Rewriting.shift；\n4. step、bounded run 与公开 transform 全部 primitive recursive；\n5. 规范公式前缀精确返回 shifted formula tokens + 同一 suffix。\n\n最终端点公理画像仅\npropext / Classical.choice / Quot.sound；无 sorryAx。\nFoundationCompactNumericFormulaShift.lean", fillcolor="#dff2e8", color="#2f6f57", penwidth=2.8];
    numericfree [label="Primitive-recursive formula-free token machine\n原始递归公式自由化记号机\n\nLean 内核已检查：\n1. source arity n+1 精确降到 target arity n，任务栈携带量词下真实当前元数；\n2. 最后 bound variable 变为 &0，较早 bound variable 保持，旧 free variable 取后继；\n3. 仅消费长度为 2 的真实变量头，空消费、失败路径及函数头均不会误触发；\n4. term / term-list / formula 沿元数等式的完整语义逐点等于 Rewriting.free；\n5. step、bounded run、公开 transform 均 primitive recursive，规范输入保留同一 suffix。\n\n最终端点公理画像仅\npropext / Classical.choice / Quot.sound；无 sorryAx。\nFoundationCompactNumericFormulaFree.lean", fillcolor="#dff2e8", color="#2f6f57", penwidth=2.8];
    numericsubstitution [label="Primitive-recursive one-variable substitution token machine\n原始递归单变量代入记号机\n\nLean 内核已检查：\n1. 运行状态只有 Nat 与 Nat 列表，见证项以固定 token 输入进入迭代；\n2. 任务栈精确跟踪量词下 source arity 1+d；\n3. 最后 bound variable 替换为完整闭见证 token，其余变量与结构头原样保留；\n4. term / term-list / formula 完整执行语义逐 token 等于 ((Rew.subst ![w]).qpow d)；\n5. step、bounded run、公开 transform 均 primitive recursive，规范公式前缀保留同一 suffix。\n\n最终端点公理画像仅\npropext / Classical.choice / Quot.sound；无 sorryAx。\nFoundationCompactNumericFormulaSubstitution.lean", fillcolor="#dff2e8", color="#2f6f57", penwidth=2.8];
    numericfixitr [label="Primitive-recursive formula-fixitr token machine\n原始递归变量捕获记号机\n\nLean 内核已检查：\n1. 运行状态只有 Nat 与 Nat 列表，任意 base arity n、capture count m 与量词深度 d 均覆盖；\n2. bound variable 保持不变；free i<m 精确变为 bound n+d+i；其余 free i 变为 free (i-m)；\n3. term / term-list / formula 完整执行语义逐 token 等于 ((Rew.fixitr n m).qpow d)；\n4. step、bounded run 与公开 transform 全部 primitive recursive；\n5. 规范公式前缀返回同一 typed fixitr 结果并保留同一 suffix。\n\n十个审计端点公理画像至多为\npropext / Classical.choice / Quot.sound；无 sorryAx、无项目公设。\nFoundationCompactNumericFormulaFixitr.lean", fillcolor="#dff2e8", color="#2f6f57", penwidth=2.8];
    numericsuccind [label="Primitive-recursive succInd(body) token construction\n原始递归后继归纳公式记号构造\n\nLean 内核已检查：\n1. 每个 shift / substitution / fixitr / negation 子变换必须完整消费输入公式，禁止忽略畸形尾部；\n2. 零、开放零、开放后继三类见证均为固定纯数值 token；\n3. 四条代入执行、三次否定、三个析取与两个全称量词均在同一 Option 失败语义中组合；\n4. 整个函数输入/输出只有 Nat 与 List Nat，且已证 primitive recursive；\n5. 任意规范 body 的最终结果逐 token 精确等于原定义 succInd(body)。\n\n关键端点公理画像仅\npropext / Classical.choice / Quot.sound；无 sorryAx、无项目公设。\nFoundationCompactNumericSuccIndSentence.lean", fillcolor="#dff2e8", color="#2f6f57", penwidth=2.8];
    numericfvsup [label="Primitive-recursive formula fvSup computation\n原始递归公式自由变量上确界计算\n\nLean 内核已检查：\n1. 复用同一数值语法任务栈，只在真正 term 位置识别 free-variable token；\n2. relation 标签、函数头、bound variable 与普通数字均不会误计；\n3. 单遍输出逐点等于 formula.fvarList，并保留同一未消费 suffix；\n4. listFvSup 的 max(index+1) fold 已独立证明 primitive recursive；\n5. 公开端点对任意规范公式精确返回 (formula.fvSup, suffix)。\n\n关键端点公理画像仅\npropext / Classical.choice / Quot.sound；无 sorryAx、无项目公设。\nFoundationCompactNumericFormulaFvSup.lean", fillcolor="#dff2e8", color="#2f6f57", penwidth=2.8];
+     numericallclosure [label="Primitive-recursive iterated universal closure\n原始递归迭代全称闭包\n\nLean 内核已检查：\n1. 每一步真实前置一个 universal token 6，不把整段闭包当作单位成本；\n2. depth 次迭代的输入/输出只有 Nat 与 List Nat；\n3. step 与 nat-iterate 整体均已证明 primitive recursive；\n4. 对任意 arity=depth 的规范公式，结果逐 token 精确等于 ∀⁰* formula。\n\n边界：本节点本身不宣称按二进制 depth 多项式时间；\n必须由黄色节点先证明 depth <= candidate bit length。\n公理画像仅 Lean 标准公理；无 sorryAx、无项目公设。\nFoundationCompactNumericAllClosure.lean", fillcolor="#dff2e8", color="#2f6f57", penwidth=2.8];
    numericfixedaxioms [label="Primitive-recursive fixed PA-axiom sentence table\n原始递归固定 PA 公理句表\n\nLean 内核已检查：\n1. 证书标签 0..21 的 22 个非归纳分支全覆盖；\n2. 20 个无参数公理直接返回规范句 token 常量；\n3. 函数外延按 4 个合法 (arity,code) 分派，关系外延按 2 个合法对分派；\n4. 输入/输出只有 Nat、Nat×Nat 和 List Nat，整个查表函数 primitive recursive；\n5. 每个规范固定证书逐 token 精确等于 certificate.sentence。\n\n五个审计端点公理画像仅\npropext / Classical.choice / Quot.sound；无 sorryAx。\nFoundationCompactNumericFixedPAAxiomSentence.lean", fillcolor="#dff2e8", color="#2f6f57", penwidth=2.8];
-     numericparser [label="【主终端当前：归纳闭包与守卫的纯数值构造】\nPublic local-check numeric graph\n公开局部检查纯数值图\n\n已闭合：打包输入 token 化、typed decoder 同步、数值语法值、\n四类列表检查、六种直接构造、否定/移位/自由化/代入/fixitr、\nsuccInd(body)、fvSup，以及标签 0..21 的全部固定 PA 公理句。\n\n当前证明任务：\n1. 实现 allClosure 及 candidate-length guard；\n2. 由 succInd(body) 与 fvSup 构造标签 22 的完整归纳公理句；\n3. 合并 23 标签后逐规则复现 listedCertificateValidTrace；\n4. 闭合完整公开 verifier 的 primitive-recursive graph 及逐点结果等式。\n\n完成标准：同一 code / formulaCode 上接受结果逐点相等；\n不借旧 rawCode，不增加隐藏见证长度，不把 typed syntax 当外部输入。", fillcolor="#fff0c9", color="#b37a12", penwidth=2.8];
+     numericparser [label="【主终端当前：归纳闭包守卫与完整句合流】\nPublic local-check numeric graph\n公开局部检查纯数值图\n\n已闭合：打包输入 token 化、typed decoder 同步、数值语法值、\n四类列表检查、六种直接构造、否定/移位/自由化/代入/fixitr、\nsuccInd(body)、fvSup、allClosure，以及标签 0..21 的固定 PA 公理句。\n\n当前证明任务：\n1. 在 allClosure 前实现 candidate bit-length guard；\n2. 由 succInd(body) / fvSup / fixitr / allClosure 构造标签 22 完整句；\n3. 合并 23 标签后逐规则复现 listedCertificateValidTrace；\n4. 闭合完整公开 verifier 的 primitive-recursive graph 及逐点结果等式。\n\n完成标准：同一 code / formulaCode 上接受结果逐点相等；\n不借旧 rawCode，不增加隐藏见证长度，不把 typed syntax 当外部输入。", fillcolor="#fff0c9", color="#b37a12", penwidth=2.8];
    compactformula [label="CompactProof(x,y) + Con_PA^compact(k)\n紧凑证明谓词算术公式 + 紧凑有限一致性句\n绿色 ListedCertifiedFiniteConsistencyAt 已给出正确 Lean Prop 元层语义\n旧 succinctFiniteConsistencySentence 仍指 raw-code checker（原始码检查器）\n待证明：算术句标准模型精确等价于同一 guarded compact verifier\n以及短二进制数词实例的公式大小界", fillcolor="#f3f3f3", color="#777777", style="rounded,filled,dashed", penwidth=2.0];
    patrace [label="PA computation-trace theorem\nPA 计算轨迹定理\naccepted run -> short PA proof of CompactProof(x,y)\n接受运行 -> CompactProof(x,y) 的短 PA 证明", fillcolor="#f3f3f3", color="#777777", style="rounded,filled,dashed"];
    suitable [label="suitable numeration（合适枚举）\nbit graph representability（位图可表示性）\npolynomial proof construction（多项式证明构造）", fillcolor="#f3f3f3", color="#777777", style="rounded,filled,dashed"];
    cond0 [label="Pudlak condition (0)（普德拉克条件 0）\nPA 内证明 proof-bound monotonicity（证明长度界单调性）\nP 的较紧/较松 cutoff 可在同一公式中转换", fillcolor="#f3f3f3", color="#777777", style="rounded,filled,dashed"];
    cond1 [label="Pudlak condition (1)（普德拉克条件 1）\nexternal short proof -> internal P(n, code(phi))\n外部短证明以多项式开销内部化为 P 实例", fillcolor="#f3f3f3", color="#777777", style="rounded,filled,dashed"];
    cond2 [label="Pudlak condition (2)（普德拉克条件 2）\nP(n,m) -> P(q1(n), code(P(n,m)))\n证明谓词实例自身的定量内部化", fillcolor="#f3f3f3", color="#777777", style="rounded,filled,dashed"];
    cond3 [label="Pudlak condition (3)（普德拉克条件 3）\nbounded modus ponens composition（有界肯定前件合成）\nP(n,phi) 与 P(n,phi->psi) -> P(q2(n),psi)", fillcolor="#f3f3f3", color="#777777", style="rounded,filled,dashed"];
    mpcompiler [label="Accepted-code bounded modus ponens compiler\n接受码有界肯定前件编译器（外部语义层已闭合）\n\n同一公开列表保持验证器：\naccept(codeImp, A->B) + accept(codeA, A)\n  -> exists codeB, accept(codeB, B)\n完整载荷界：\n|codeB| <= |codeImp| + |codeA| + 240 + 34*S(A,B)\n两份输入 proof tree + certificate 原样复用\n树级、证书级、规范码级及任意接受码端点均已通过\n无隐藏长度参数；无 sorryAx\nFoundationCompactCertifiedModusPonens.lean\n\n注意：这里只关闭外部码合成；\nPA 内部 condition (3) 仍须由 arithmetic trace 内化。", fillcolor="#dff2e8", color="#2f6f57", penwidth=2.8];
    conjcompiler [label="Accepted-code bounded conjunction compiler\n接受码有界合取编译器（外部语义层已闭合）\n\naccept(codeA,A) + accept(codeB,B)\n  -> exists codeAnd, accept(codeAnd,A and B)\n完整载荷界：\n|codeAnd| <= |codeA| + |codeB| + 144 + 11*S(A,B)\n两棵输入树与两份完整证书原样复用\n任意接受码端点及 axiom profile 已通过\n无 sorryAx\nFoundationCompactCertifiedConjunction.lean\n\n注意：固定重言式与原文拼接步骤 (i)-(v)\n以及 PA 内部化仍未闭合。", fillcolor="#dff2e8", color="#2f6f57", penwidth=2.8];
    qdiagonal [label="Quantitative parameterized diagonalization\n定量参数化对角化（同一完整载荷坐标已闭合）\nFoundation parameterized_diagonal₁：固定 P 的全称证明为常数\n真实 Derivation2 实例化：cut + wk + exs + closed\n显式结构证书：binary(unary(baseCert), unary(leaf))\n公开列表保持验证器接受完整 proof+certificate 打包码\n短二进制数码项：2*previous+bit\n码长 O(Nat.size m)，标准模型值严格为 m\n最终完整载荷界：baseProof+baseCert+192\n + 2048*(formulaConstant+stepConstant*|m|+1)^3\n同一公式实例的精确最短载荷也不超过该界\n具体 CompactProof 谓词仍由灰色算术化节点提供\nFoundationCompactDerivationSpecialization.lean\nFoundationCompactCertifiedDerivationSpecialization.lean\nFoundationCompactBinaryNumeralTerm.lean\nFoundationCompactParameterizedDiagonalSpecialization.lean\n端点无 sorryAx", fillcolor="#dff2e8", color="#2f6f57", penwidth=2.8];
    proofassembly [label="Bounded proof-calculus assembly (i)-(v)\n有界证明演算拼接（原文步骤 i-v）\n固定命题重言式 + (0)-(3) + MP/conjunction composition\n逐步得到 not P(q5(m), bottom) -> D(m)\n每次拼接与公式实例化均须显式多项式长度", fillcolor="#f3f3f3", color="#777777", style="rounded,filled,dashed"];
    paconsistency [label="PA consistency in the standard model\nPA 在标准模型中的一致性\naccepted falsum proof -> real Derivation2 -> contradiction\n项目已有 noListedCertifiedPAProofOfFalsum；无 sorryAx", fillcolor="#dff2e8", color="#2f6f57", penwidth=2.4];
    exponentextract [label="Consistency contradiction + exponent extraction\n一致性反证 + 指数提取\n短 D(m) 证明与一致性冲突\nq5(m) 的多项式重标定 -> 存在 epsilon > 0\n推出 Con_A(n) 无 n^epsilon 长度证明", fillcolor="#f3f3f3", color="#777777", style="rounded,filled,dashed"];
    diagonal [label="Pudlak 1986 Theorem 3.1\n普德拉克 1986 定理 3.1\ndiagonal proof-length lower bound\n对角证明长度下界", fillcolor="#f3f3f3", color="#777777", style="rounded,filled,dashed", penwidth=2.0];
    internalnote [shape=note, label="关键注释：外部运行时间界不能自动变成 PA 内部短证明。\n必须构造 accepted computation trace（接受计算轨迹），\n并在同一算术编码中逐步验证。", fillcolor="#e8f1f8", color="#4e7892"];

    predicate -> compactformula [label="exact standard-model relation\n精确标准模型关系"];
    minmeasure -> compactformula [label="same honest payload length\n同一诚实载荷长度"];
    canonicalnormalize -> compactformula [style=dotted, label="normalization audit only; public guarded verifier remains the target\n仅作规范化审计；目标仍是公开带守卫验证器"];
    predicate -> listedconmeta [label="same accepted-code relation\n同一接受码关系"];
    minmeasure -> listedconmeta [label="same payload coordinate\n同一载荷坐标"];
    listedconmeta -> compactformula [label="arithmetize this exact semantics\n算术化这一精确语义"];
    canonicalnormalize -> listedconmeta [label="pointwise same-cutoff equivalence\n逐点同截断值等价"];
    polytime -> arithinput [label="same packed inputs and bit-cost coordinate\n同一打包输入与位成本坐标"];
    arithinput -> tokenstream [label="primitive-recursive payload and Nat-prefix base\n原始递归载荷与自然数前缀基础"];
    tokenstream -> bitsync [label="exact arbitrary-input stream semantics\n任意输入流精确语义"];
    tokenstream -> syntaxparser [label="bounded exact tokenization\n有界精确记号化"];
    bitsync -> syntaxbitsync [label="exact bit suffix invariant\n精确位后缀不变量"];
    syntaxparser -> syntaxbitsync [label="same term/formula token grammar\n同一项/公式 token 文法"];
    syntaxparser -> syntaxinversion [label="backward typed realization invariant\n反向类型化实现不变量"];
    syntaxinversion -> numericvalues [label="arbitrary syntax success is canonical\n任意语法成功均为真实规范前缀"];
    syntaxinversion -> closedformula [label="typed prefix recovery + no-fvar invariant\n类型化前缀恢复 + 无自由变量不变量"];
    closedformula -> proofparser [label="axm sentence task\n公理叶闭句任务"];
    syntaxparser -> proofparser [label="checked syntax-task machine\n已检查语法任务机"];
    syntaxparser -> certparser [label="induction-body formula parser\n归纳公理体公式解析"];
    syntaxinversion -> proofinversion [label="term / formula arbitrary inversion\n项 / 公式任意反演"];
    proofparser -> proofinversion [label="ten-rule numeric state machine\n十规则纯数值状态机"];
    closedformula -> proofinversion [label="real sentence recovery\n真实闭句恢复"];
    proofinversion -> numericparser [label="arbitrary proof success is canonical\n任意证明成功均为真实规范前缀"];
    syntaxinversion -> certinversion [label="induction-formula arbitrary inversion\n归纳公式任意反演"];
    certparser -> certinversion [label="23+4 certificate numeric machines\n23+4 类证书纯数值机"];
    certinversion -> numericparser [label="arbitrary certificate success is canonical\n任意证书成功均为真实规范前缀"];
    syntaxbitsync -> numericparser [label="term/formula typed-bit equivalence closed\n项/公式类型化位级等价已闭合"];
    bitsync -> proofbitsync [label="same exact bit suffix\n同一精确位后缀"];
    syntaxbitsync -> proofbitsync [label="typed sequent/term/formula components\n类型化序列/项/公式部件"];
    proofparser -> proofbitsync [label="same ten-rule token grammar\n同一十规则 token 文法"];
    bitsync -> certbitsync [label="same exact bit suffix\n同一精确位后缀"];
    syntaxbitsync -> certbitsync [label="induction-body formula synchronization\n归纳公式体同步"];
    certparser -> certbitsync [label="same 23+4 token grammar\n同一 23+4 类 token 文法"];
    proofbitsync -> numericparser [label="typed proof bit equivalence closed\n证明树类型化位级等价已闭合"];
    certbitsync -> numericparser [label="typed certificate bit equivalence closed\n证书类型化位级等价已闭合"];
    arithinput -> packedtokensync [label="same sentinel-packed inputs\n同一哨兵位打包输入"];
    tokenstream -> packedtokensync [label="primitive-recursive full tokenization\n原始递归完整 token 化"];
    proofbitsync -> packedtokensync [label="proof segment equivalence\n证明段等价"];
    certbitsync -> packedtokensync [label="certificate segment equivalence\n证书段等价"];
    packedtokensync -> numericvalues [label="same public token streams\n同一公开 token 流"];
    numericvalues -> numericchecks [label="exact numeric syntax values\n精确数值语法值"];
    numericchecks -> numericparser [label="same local list decisions\n同一局部列表判定"];
    numericvalues -> numericconstructors [label="canonical token values\n规范 token 值"];
    numericconstructors -> numericparser [label="six direct formula constructors\n六种直接公式构造"];
    numericvalues -> numericnegation [label="same parser task semantics\n同一解析任务语义"];
    numericnegation -> numericparser [label="exact De Morgan token transform\n精确 De Morgan 记号变换"];
    numericvalues -> numericshift [label="same parser task semantics\n同一解析任务语义"];
    numericshift -> numericparser [label="exact free-index successor transform\n精确自由变量后继变换"];
    numericvalues -> numericfree [label="same parser task and binder arity\n同一解析任务与绑定元数"];
    numericfree -> numericparser [label="exact arity-lowering free transform\n精确降元自由化变换"];
    numericvalues -> numericsubstitution [label="same parser task and witness tokens\n同一解析任务与见证记号"];
    numericsubstitution -> numericparser [label="exact qpow substitution transform\n精确量词下代入变换"];
    numericvalues -> numericfixitr [label="same parser task and binder arity\n同一解析任务与绑定元数"];
    numericfixitr -> numericparser [label="exact qpow fixitr transform\n精确量词下变量捕获变换"];
    numericconstructors -> numericsuccind [label="or / all token constructors\n析取 / 全称量词记号构造"];
    numericnegation -> numericsuccind [label="three exact negations\n三次精确否定"];
    numericshift -> numericsuccind [label="open-substitution namespace shift\n开放代入命名空间移位"];
    numericsubstitution -> numericsuccind [label="four exact substitution executions\n四条精确代入执行"];
    numericfixitr -> numericsuccind [label="capture open witnesses\n捕获开放见证"];
    numericsuccind -> numericparser [label="exact succInd(body) tokens\n精确后继归纳公式记号"];
    numericvalues -> numericfvsup [label="same checked syntax-task stack\n同一已检查语法任务栈"];
    numericsuccind -> numericfvsup [label="compute closure depth of succInd(body)\n计算归纳公式闭包深度"];
    numericfvsup -> numericparser [label="exact formula.fvSup value\n精确公式自由变量上确界"];
+     numericfixitr -> numericallclosure [label="capture depth free variables first\n先捕获 depth 个自由变量"];
+     numericfvsup -> numericallclosure [label="same exact closure depth\n同一精确闭包深度"];
+     numericallclosure -> numericparser [label="exact dependent all-closure tokens\n精确依赖全称闭包记号"];
    certbitsync -> numericfixedaxioms [label="same PA-certificate tags and parameters\n同一 PA 证书标签与参数"];
    numericfixedaxioms -> numericparser [label="tags 0..21 exact sentence tokens\n标签 0..21 精确公理句记号"];
    numericparser -> compactformula [label="same numeric machine graph\n同一纯数值机器图"];
    compactformula -> patrace [label="fixed formula and binary numerals\n固定公式与二进制数词"];
    internalnote -> patrace [style=dotted, arrowhead=none, constraint=false];
    patrace -> suitable;
    suitable -> cond0;
    suitable -> cond1;
    suitable -> cond2;
    suitable -> cond3;
    predicate -> mpcompiler [label="same public verifier\n同一公开验证器"];
    canonicalnormalize -> mpcompiler [label="decoded payload never grows\n解码规范化不增长"];
    mpcompiler -> cond3 [style=dotted, label="external compiler closed; PA internal proof remains\n外部编译已闭合；仍需 PA 内部短证明"];
    predicate -> conjcompiler [label="same public verifier\n同一公开验证器"];
    canonicalnormalize -> conjcompiler [label="decoded payload never grows\n解码规范化不增长"];
    conjcompiler -> proofassembly [style=dotted, label="external conjunction primitive closed\n外部合取原语已闭合"];
    compactformula -> qdiagonal [style=dotted, arrowhead=none, constraint=false, label="later instantiate the closed generic compiler at concrete P\n后续把已闭合通用编译器实例化到具体 P"];
    suitable -> qdiagonal [style=dotted, arrowhead=none, constraint=false, label="concrete P conditions belong to later assembly\n具体 P 条件属于后续拼接"];
    transformcode -> qdiagonal [label="formula-instance size bound already checked\n公式实例大小界已检查"];
    cond0 -> proofassembly;
    cond1 -> proofassembly;
    cond2 -> proofassembly;
    cond3 -> proofassembly;
    qdiagonal -> proofassembly;
    proofassembly -> exponentextract;
    paconsistency -> exponentextract;
    exponentextract -> diagonal;
  }

  subgraph cluster_buss {
    label="H. Buss-Pudlak lower bound（布斯-普德拉克下界）";
    color="#9a9a9a";
    style="rounded,dashed";

    family [label="F_n = Con_T((f(n))^c)\n有限一致性公式族\nsame T / proof system / symbol length\n同一理论 / 证明系统 / 符号长度", fillcolor="#f3f3f3", color="#777777", style="rounded,filled,dashed"];
    rescale [label="Buss 1994 Theorem 5\n布斯 1994 第 5 定理\ntime-constructible rescaling\n时间可构造重标定", fillcolor="#f3f3f3", color="#777777", style="rounded,filled,dashed", penwidth=2.0];
    lower [label="minProofLength(F_n) > U(n) eventually\n最短证明长度最终大于 U(n)\nsuper-polynomial lower bound（超多项式下界）", fillcolor="#e9e3f5", color="#76639a", style="rounded,filled,dashed", penwidth=2.0];
    lowernote [shape=note, label="关键注释：文献下界只能用于原文满足条件的\nformula family（公式族）、proof system（证明系统）\n和 symbol length（符号长度）；名字相似不能替代对象恒等。", fillcolor="#e8f1f8", color="#4e7892"];

    compactformula -> family [label="same CompactProof predicate\n同一紧凑证明谓词"];
    minmeasure -> family [label="exact minimum length coordinate\n精确最短长度坐标"];
    diagonal -> rescale [label="power lower-bound seed\n幂下界种子"];
    family -> rescale;
    rescale -> lower [label="explicit time-constructible f\n显式时间可构造函数 f"];
    lowernote -> rescale [style=dotted, arrowhead=none, constraint=false];
  }

  subgraph cluster_collision {
    label="I. Same-object upper bound and collision（同对象上界与碰撞）";
    color="#9a9a9a";
    style="rounded,dashed";

    sondowcert [label="Sondow checked certificates\n索多已检查证书\nassume gamma rational（假设欧拉常数有理）\n本节点只表示证书已检查，不等于同对象上界已完成", fillcolor="#dff2e8", color="#3f7c66"];
    samecompiler [label="Sondow same-object compiler\n索多同对象编译器\ncertificate -> real proof of the same F_n\n证书 -> 同一 F_n 的真实证明", fillcolor="#f3f3f3", color="#777777", style="rounded,filled,dashed"];
    upper [label="minProofLength(F_n) <= U(n)\n最短证明长度不超过多项式 U(n)\npolynomial upper bound（多项式上界）\n等待 same-object compiler（同对象编译器）", fillcolor="#f3f3f3", color="#777777", style="rounded,filled,dashed"];
    collision [label="U(N) < minProofLength(F_N) <= U(N)\n同一 N、同一公式、同一检查器、同一长度的矛盾\ncollision theorem（碰撞定理）", fillcolor="#f8d9d6", color="#a8443d", style="rounded,filled,dashed", penwidth=2.5];
    final [label="not is_rational euler_mascheroni\n欧拉-马歇罗尼常数非有理\n仅在全部上游根定理闭合后成立", fillcolor="#f8d9d6", color="#a8443d", style="rounded,filled,dashed", penwidth=2.5];
    samenote [shape=note, label="关键注释：碰撞必须是同一 N、同一 F_N、\n同一 checker（检查器）和同一 length measure（长度度量）。\n只证明两个抽象接口各自存在不能形成碰撞。", fillcolor="#e8f1f8", color="#4e7892"];

    sondowcert -> samecompiler;
    family -> samecompiler [label="formula identity\n公式恒等"];
    predicate -> samecompiler [label="same checker/length\n同一检查器/长度"];
    minmeasure -> samecompiler [label="same minimum payload measure\n同一最短载荷度量"];
    samecompiler -> upper [label="canonical accepted proof code\n规范且被接受的证明码"];
    upper -> collision [label="same F_N / same length\n同一 F_N / 同一长度"];
    lower -> collision [label="same F_N / same length\n同一 F_N / 同一长度"];
    samenote -> collision [style=dotted, arrowhead=none, constraint=false];
    collision -> final;
  }

  subgraph cluster_audit {
    label="J. Submission-grade audit gates（投稿级审计门）";
    color="#76639a";
    style="rounded";

    axioms [label="#print axioms audit（公理画像审计）\n已完成节点仅依赖：\npropext（命题外延）\nClassical.choice（经典选择）\nQuot.sound（商类型可靠性）", fillcolor="#e9e3f5", color="#76639a"];
    forbidden [label="Forbidden project assumptions（禁止项目级假设）\nno tail_gap（无尾部间隙参数）\nno upper_provider（无上界提供者参数）\nno project proof_length（无项目证明长度公设）\nno sorryAx（无未完成证明公设）", fillcolor="#e9e3f5", color="#76639a"];
    gate [label="Final dependency audit（最终依赖审计）\nsame formula / parameter / checker / measure\n同一公式 / 参数 / 检查器 / 度量", fillcolor="#e9e3f5", color="#76639a", penwidth=2.0];

    totalcanonical -> axioms [style=dotted];
    publiciff -> axioms [style=dotted];
    completeness -> axioms [style=dotted];
    nattrace -> axioms [style=dotted];
    polytime -> forbidden [style=dashed];
    diagonal -> forbidden [style=dashed];
    samecompiler -> forbidden [style=dashed];
    lower -> gate;
    upper -> gate;
    axioms -> gate;
    forbidden -> gate;
    gate -> collision [style=dashed, label="audit pass\n审计通过"];
  }

  subgraph cluster_rejected_routes {
    label="K. Rejected historical routes（经审计弃用的历史路线；不通向主结论）";
    color="#a8443d";
    style="rounded,dashed";

    rawgodel [label="Nat.size(rawProofCode) lower bound\n原始哥德尔证明码位长下界\nunary-numeral encoding artifact（一元数词编码伪影）", fillcolor="#f8d9d6", color="#a8443d", style="rounded,filled,dashed"];
    postfixraw [label="Postfix checker rebuilding rawCode\n重建 rawCode 的后缀检查器\nprimitive recursive != polynomial time\n原始递归不等于多项式时间", fillcolor="#f8d9d6", color="#a8443d", style="rounded,filled,dashed"];
    abstractgap [label="tail_gap / computable_gap input\n尾部间隙 / 可计算间隙输入\nassumes the lower bound（预设下界）", fillcolor="#f8d9d6", color="#a8443d", style="rounded,filled,dashed"];
    abstractupper [label="upper_provider input\n上界提供者输入\nassumes the Sondow bridge（预设索多桥）", fillcolor="#f8d9d6", color="#a8443d", style="rounded,filled,dashed"];
    unsimulated [label="Unproved Hilbert-system simulation\n未证明的 Hilbert 系统模拟\nwrong/uncalibrated proof measure\n错误或未校准的证明度量", fillcolor="#f8d9d6", color="#a8443d", style="rounded,filled,dashed"];
    graft [label="strengthened_to_partial / transfer_to_graft\n加强到部分 / 嫁接转移接口\ninterface packaging without source theorem\n只有接口包装、没有源定理", fillcolor="#f8d9d6", color="#a8443d", style="rounded,filled,dashed"];
    rejectednote [shape=note, label="弃用判据：编码伪影、循环输入、对象错位，\n或只给接口而没有根定理。\n本区域没有任何边连接最终碰撞定理。", fillcolor="#fff1f0", color="#a8443d"];

    rawgodel -> postfixraw [style=dotted, color="#a8443d"];
    abstractgap -> graft [style=dotted, color="#a8443d"];
    abstractupper -> graft [style=dotted, color="#a8443d"];
    unsimulated -> graft [style=dotted, color="#a8443d"];
    rejectednote -> graft [style=dotted, arrowhead=none, color="#a8443d"];
  }
}
